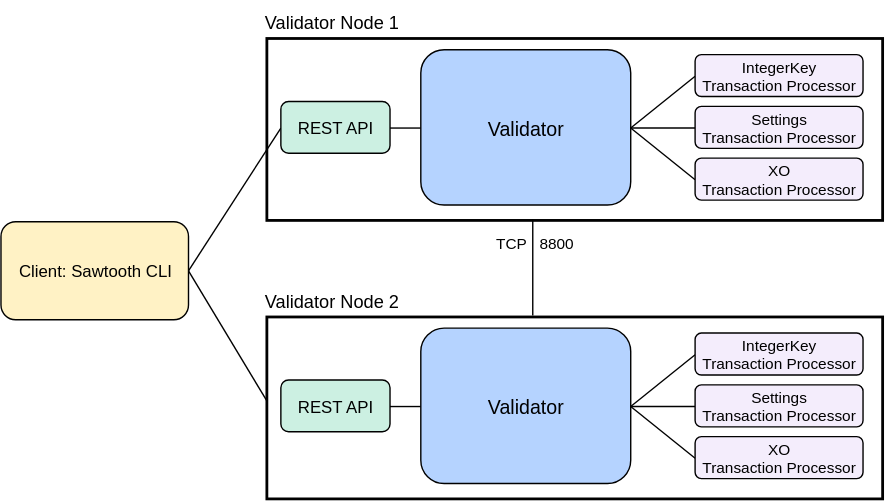
Above: docs/source/images/appdev-environment-two-nodes.svg in hyperledger-archives/sawtooth-core (draw.io), before the change. Source tidied: cells renumbered, new cells last; positions are measured from the earlier drawing's top-left corner, leaving out a move shared by most shapes.
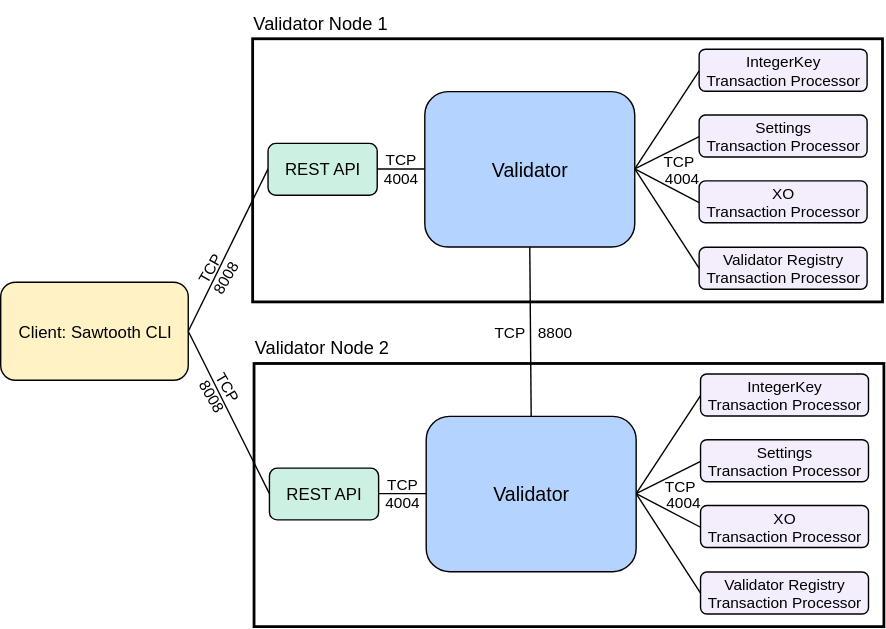
The same file after the commit.

Commit message:
Add new procedure on adding a node to a Sawtooth network

Diff of the diagram source:
```diff
@@ -1,115 +1,150 @@
-<mxGraphModel background="#ffffff">
+<mxGraphModel>
   <root>
     <mxCell id="0" />
     <mxCell id="1" parent="0" />
     <mxCell id="2" value="&lt;font style=&quot;font-size: 12px&quot;&gt;Client:&amp;nbsp;&lt;/font&gt;Sawtooth CLI" style="rounded=1;whiteSpace=wrap;html=1;strokeColor=#000000;strokeWidth=1;fillColor=#FFF2C5;fontSize=12;" parent="1" vertex="1">
-      <mxGeometry y="158" width="134" height="70" as="geometry" />
+      <mxGeometry y="168" width="134" height="70" as="geometry" />
     </mxCell>
     <mxCell id="3" style="endArrow=none;html=1;strokeColor=#000000;strokeWidth=1;fontSize=12;entryX=0;entryY=0.5;exitX=1;exitY=0.5;" parent="1" edge="1" source="2" target="24">
       <mxGeometry relative="1" as="geometry" />
     </mxCell>
-    <mxCell id="4" style="endArrow=none;html=1;strokeColor=#000000;strokeWidth=1;fontSize=11;entryX=0;entryY=0.75;exitX=1;exitY=0.5;" parent="1" edge="1" source="2">
-      <mxGeometry relative="1" as="geometry">
-        <mxPoint x="190" y="286" as="targetPoint" />
-      </mxGeometry>
+    <mxCell id="4" style="endArrow=none;html=1;strokeColor=#000000;strokeWidth=1;fontSize=11;exitX=1;exitY=0.5;entryX=0;entryY=0.5;" parent="1" edge="1" source="2" target="8">
+      <mxGeometry relative="1" as="geometry" />
     </mxCell>
     <mxCell id="5" value="TCP &amp;nbsp; 8800" style="text;html=1;strokeColor=none;fillColor=none;align=center;verticalAlign=middle;whiteSpace=wrap;rounded=0;fontSize=11;" parent="1" vertex="1">
-      <mxGeometry x="341" y="163" width="80" height="20" as="geometry" />
+      <mxGeometry x="340" y="193" width="80" height="20" as="geometry" />
     </mxCell>
-    <mxCell id="6" style="rounded=0;whiteSpace=wrap;html=1;fillColor=none;fontSize=12;strokeWidth=2;" parent="1" vertex="1">
-      <mxGeometry x="190" y="226" width="440" height="130" as="geometry" />
-    </mxCell>
-    <mxCell id="7" value="&lt;div style=&quot;text-align: left ; font-size: 13px&quot;&gt;&lt;span&gt;Validator Node 2&lt;/span&gt;&lt;/div&gt;" style="text;html=1;strokeColor=none;fillColor=none;align=left;verticalAlign=middle;whiteSpace=wrap;rounded=0;fontSize=12;" parent="1" vertex="1">
-      <mxGeometry x="186.9" y="199" width="142.3" height="30.7" as="geometry" />
-    </mxCell>
-    <mxCell id="8" value="&lt;font style=&quot;font-size: 12px&quot;&gt;REST API&lt;/font&gt;" style="rounded=1;whiteSpace=wrap;html=1;strokeWidth=1;fillColor=#CCF0E2;fontSize=12;strokeColor=#000000;" parent="1" vertex="1">
-      <mxGeometry x="200" y="271" width="78" height="37" as="geometry" />
-    </mxCell>
-    <mxCell id="9" style="endArrow=none;html=1;strokeColor=#000000;strokeWidth=1;fontSize=12;entryX=1;entryY=0.5;exitX=0;exitY=0.5;" parent="1" edge="1" source="11" target="8">
-      <mxGeometry relative="1" as="geometry" />
-    </mxCell>
-    <mxCell id="10" style="group;" parent="1" vertex="1">
-      <mxGeometry x="300" y="234" width="150" height="111" as="geometry" />
-    </mxCell>
-    <mxCell id="11" style="rounded=1;whiteSpace=wrap;html=1;strokeWidth=1;fillColor=#B5D3FF;fontSize=12;strokeColor=#000000;" parent="10" vertex="1">
-      <mxGeometry width="150" height="111" as="geometry" />
-    </mxCell>
-    <mxCell id="12" value="&lt;font style=&quot;font-size: 14px&quot;&gt;Validator&lt;/font&gt;" style="text;html=1;strokeColor=none;fillColor=none;align=center;verticalAlign=middle;whiteSpace=wrap;rounded=0;fontSize=12;" parent="10" vertex="1">
-      <mxGeometry x="33.3" y="44.9" width="83.5" height="21.2" as="geometry" />
-    </mxCell>
-    <mxCell id="13" style="edgeStyle=orthogonalEdgeStyle;curved=1;jumpSize=3;html=1;exitX=0.25;exitY=0;entryX=0.25;entryY=0;jettySize=auto;orthogonalLoop=1;strokeColor=#000000;strokeWidth=1;fontSize=11;" parent="10" edge="1" source="11" target="11">
-      <mxGeometry relative="1" as="geometry" />
-    </mxCell>
-    <mxCell id="14" style="endArrow=none;html=1;strokeColor=#000000;strokeWidth=1;fontSize=12;entryX=0;entryY=0.5;exitX=1;exitY=0.5;" parent="1" edge="1" source="11" target="20">
-      <mxGeometry relative="1" as="geometry" />
-    </mxCell>
-    <mxCell id="15" style="endArrow=none;html=1;strokeColor=#000000;strokeWidth=1;fontSize=12;entryX=0;entryY=0.5;exitX=1;exitY=0.5;" parent="1" edge="1" source="11" target="18">
-      <mxGeometry relative="1" as="geometry" />
-    </mxCell>
-    <mxCell id="16" style="endArrow=none;html=1;strokeColor=#000000;strokeWidth=1;fontSize=11;entryX=0;entryY=0.5;exitX=1;exitY=0.5;" parent="1" edge="1" source="11" target="19">
-      <mxGeometry relative="1" as="geometry" />
-    </mxCell>
-    <mxCell id="17" style="group;" parent="1" vertex="1">
-      <mxGeometry x="496" y="237.5" width="120" height="104" as="geometry" />
-    </mxCell>
-    <mxCell id="18" value="&lt;div style=&quot;font-size: 11px&quot;&gt;&lt;div&gt;Settings&lt;/div&gt;&lt;div&gt;Transaction Processor&lt;/div&gt;&lt;/div&gt;" style="rounded=1;whiteSpace=wrap;html=1;strokeWidth=1;fillColor=#F4EDFC;fontSize=12;strokeColor=#000000;" parent="17" vertex="1">
-      <mxGeometry y="37" width="120" height="30" as="geometry" />
-    </mxCell>
-    <mxCell id="19" value="&lt;div style=&quot;font-size: 11px&quot;&gt;&lt;div&gt;XO&lt;/div&gt;&lt;div&gt;Transaction Processor&lt;/div&gt;&lt;/div&gt;" style="rounded=1;whiteSpace=wrap;html=1;strokeWidth=1;fillColor=#F4EDFC;fontSize=12;strokeColor=#000000;" parent="17" vertex="1">
-      <mxGeometry y="74" width="120" height="30" as="geometry" />
-    </mxCell>
-    <mxCell id="20" value="&lt;div style=&quot;font-size: 11px&quot;&gt;&lt;div&gt;IntegerKey&lt;/div&gt;&lt;div&gt;Transaction Processor&lt;/div&gt;&lt;/div&gt;" style="rounded=1;whiteSpace=wrap;html=1;strokeWidth=1;fillColor=#F4EDFC;fontSize=12;strokeColor=#000000;" parent="17" vertex="1">
-      <mxGeometry width="120" height="30" as="geometry" />
-    </mxCell>
-    <mxCell id="21" style="endArrow=none;html=1;strokeColor=#000000;strokeWidth=1;fontSize=11;exitX=0.431;exitY=-0.005;exitPerimeter=0;" parent="1" edge="1" source="6">
-      <mxGeometry relative="1" as="geometry">
-        <mxPoint x="380" y="156" as="targetPoint" />
-      </mxGeometry>
+    <mxCell id="21" style="endArrow=none;html=1;strokeColor=#000000;strokeWidth=1;fontSize=11;exitX=0.5;exitY=0;entryX=0.5;entryY=1;" parent="1" edge="1" source="58" target="27">
+      <mxGeometry relative="1" as="geometry" />
     </mxCell>
+    <mxCell id="37" value="TCP&lt;div&gt;8008&lt;/div&gt;" style="text;html=1;strokeColor=none;fillColor=none;align=center;verticalAlign=middle;whiteSpace=wrap;rounded=0;dashed=1;fontSize=11;rotation=-60;" parent="1" vertex="1">
+      <mxGeometry x="135" y="151.5" width="40" height="20" as="geometry" />
+    </mxCell>
+    <mxCell id="38" value="TCP&lt;div&gt;8008&lt;/div&gt;" style="text;html=1;strokeColor=none;fillColor=none;align=center;verticalAlign=middle;whiteSpace=wrap;rounded=0;dashed=1;fontSize=11;rotation=60;" parent="1" vertex="1">
+      <mxGeometry x="137" y="236" width="40" height="20" as="geometry" />
+    </mxCell>
+    <mxCell id="39" style="group;" parent="1" vertex="1">
+      <mxGeometry x="178.9" y="-33" width="451.1" height="218" as="geometry" />
+    </mxCell>
+    <mxCell id="23" value="&lt;div style=&quot;text-align: left ; font-size: 13px&quot;&gt;&lt;span&gt;Validator Node 1&lt;/span&gt;&lt;/div&gt;" style="text;html=1;strokeColor=none;fillColor=none;align=left;verticalAlign=middle;whiteSpace=wrap;rounded=0;fontSize=12;" parent="39" vertex="1">
+      <mxGeometry width="142.3" height="30.7" as="geometry" />
+    </mxCell>
+    <mxCell id="40" style="group;" parent="39" vertex="1">
+      <mxGeometry x="1.1" y="38" width="450" height="180" as="geometry" />
+    </mxCell>
-    <mxCell id="22" style="rounded=0;whiteSpace=wrap;html=1;fillColor=none;fontSize=12;strokeWidth=2;" parent="1" vertex="1">
-      <mxGeometry x="190" y="27" width="440" height="130" as="geometry" />
+    <mxCell id="22" style="rounded=0;whiteSpace=wrap;html=1;fillColor=none;fontSize=12;strokeWidth=2;" parent="40" vertex="1">
+      <mxGeometry y="-11" width="450" height="188" as="geometry" />
     </mxCell>
-    <mxCell id="23" value="&lt;div style=&quot;text-align: left ; font-size: 13px&quot;&gt;&lt;span&gt;Validator Node 1&lt;/span&gt;&lt;/div&gt;" style="text;html=1;strokeColor=none;fillColor=none;align=left;verticalAlign=middle;whiteSpace=wrap;rounded=0;fontSize=12;" parent="1" vertex="1">
-      <mxGeometry x="186.9" width="142.3" height="30.7" as="geometry" />
-    </mxCell>
-    <mxCell id="24" value="&lt;font style=&quot;font-size: 12px&quot;&gt;REST API&lt;/font&gt;" style="rounded=1;whiteSpace=wrap;html=1;strokeWidth=1;fillColor=#CCF0E2;fontSize=12;strokeColor=#000000;" parent="1" vertex="1">
-      <mxGeometry x="200" y="72" width="78" height="37" as="geometry" />
+    <mxCell id="24" value="&lt;font style=&quot;font-size: 12px&quot;&gt;REST API&lt;/font&gt;" style="rounded=1;whiteSpace=wrap;html=1;strokeWidth=1;fillColor=#CCF0E2;fontSize=12;strokeColor=#000000;" parent="40" vertex="1">
+      <mxGeometry x="11" y="63.7" width="78" height="37" as="geometry" />
     </mxCell>
-    <mxCell id="25" style="endArrow=none;html=1;strokeColor=#000000;strokeWidth=1;fontSize=12;entryX=1;entryY=0.5;exitX=0;exitY=0.5;" parent="1" edge="1" source="27" target="24">
+    <mxCell id="25" style="endArrow=none;html=1;strokeColor=#000000;strokeWidth=1;fontSize=12;entryX=1;entryY=0.5;exitX=0;exitY=0.5;" parent="40" edge="1" source="27" target="24">
       <mxGeometry relative="1" as="geometry" />
     </mxCell>
-    <mxCell id="26" style="group;" parent="1" vertex="1">
-      <mxGeometry x="300" y="35" width="150" height="111" as="geometry" />
+    <mxCell id="26" style="group;" parent="40" vertex="1">
+      <mxGeometry x="123" y="8" width="150" height="129.8" as="geometry" />
     </mxCell>
     <mxCell id="27" style="rounded=1;whiteSpace=wrap;html=1;strokeWidth=1;fillColor=#B5D3FF;fontSize=12;strokeColor=#000000;" parent="26" vertex="1">
-      <mxGeometry width="150" height="111" as="geometry" />
+      <mxGeometry y="18.8" width="150" height="111" as="geometry" />
     </mxCell>
     <mxCell id="28" value="&lt;font style=&quot;font-size: 14px&quot;&gt;Validator&lt;/font&gt;" style="text;html=1;strokeColor=none;fillColor=none;align=center;verticalAlign=middle;whiteSpace=wrap;rounded=0;fontSize=12;" parent="26" vertex="1">
-      <mxGeometry x="33.3" y="44.9" width="83.5" height="21.2" as="geometry" />
+      <mxGeometry x="33.3" y="63.7" width="83.5" height="21.2" as="geometry" />
     </mxCell>
     <mxCell id="29" style="edgeStyle=orthogonalEdgeStyle;curved=1;jumpSize=3;html=1;exitX=0.25;exitY=0;entryX=0.25;entryY=0;jettySize=auto;orthogonalLoop=1;strokeColor=#000000;strokeWidth=1;fontSize=11;" parent="26" edge="1" source="27" target="27">
       <mxGeometry relative="1" as="geometry" />
     </mxCell>
-    <mxCell id="30" style="endArrow=none;html=1;strokeColor=#000000;strokeWidth=1;fontSize=12;entryX=0;entryY=0.5;exitX=1;exitY=0.5;" parent="1" edge="1" source="27" target="36">
+    <mxCell id="30" style="endArrow=none;html=1;strokeColor=#000000;strokeWidth=1;fontSize=12;entryX=0;entryY=0.5;exitX=1;exitY=0.5;" parent="40" edge="1" source="27" target="36">
       <mxGeometry relative="1" as="geometry" />
     </mxCell>
-    <mxCell id="31" style="endArrow=none;html=1;strokeColor=#000000;strokeWidth=1;fontSize=12;entryX=0;entryY=0.5;exitX=1;exitY=0.5;" parent="1" edge="1" source="27" target="34">
+    <mxCell id="31" style="endArrow=none;html=1;strokeColor=#000000;strokeWidth=1;fontSize=12;entryX=0;entryY=0.5;exitX=1;exitY=0.5;" parent="40" edge="1" source="27" target="34">
       <mxGeometry relative="1" as="geometry" />
     </mxCell>
-    <mxCell id="32" style="endArrow=none;html=1;strokeColor=#000000;strokeWidth=1;fontSize=11;entryX=0;entryY=0.5;exitX=1;exitY=0.5;" parent="1" edge="1" source="27" target="35">
+    <mxCell id="32" style="endArrow=none;html=1;strokeColor=#000000;strokeWidth=1;fontSize=11;entryX=0;entryY=0.5;exitX=1;exitY=0.5;" parent="40" edge="1" source="27" target="35">
       <mxGeometry relative="1" as="geometry" />
     </mxCell>
-    <mxCell id="33" style="group;" parent="1" vertex="1">
-      <mxGeometry x="496" y="38.5" width="120" height="104" as="geometry" />
-    </mxCell>
+    <mxCell id="41" value="TCP&lt;div&gt;4004&lt;/div&gt;" style="text;html=1;strokeColor=none;fillColor=none;align=center;verticalAlign=middle;whiteSpace=wrap;rounded=0;dashed=1;fontSize=11;rotation=0;" parent="40" vertex="1">
+      <mxGeometry x="86" y="72.3" width="40" height="20" as="geometry" />
+    </mxCell>
+    <mxCell id="42" style="endArrow=none;html=1;strokeColor=#000000;strokeWidth=1;fontSize=11;entryX=0;entryY=0.5;exitX=1;exitY=0.5;" parent="40" edge="1" source="27" target="43">
+      <mxGeometry relative="1" as="geometry" />
+    </mxCell>
-    <mxCell id="34" value="&lt;div style=&quot;font-size: 11px&quot;&gt;&lt;font style=&quot;font-size: 11px&quot;&gt;Settings&lt;/font&gt;&lt;/div&gt;&lt;div style=&quot;font-size: 11px&quot;&gt;&lt;font style=&quot;font-size: 11px&quot;&gt;Transaction Processor&lt;/font&gt;&lt;/div&gt;" style="rounded=1;whiteSpace=wrap;html=1;strokeWidth=1;fillColor=#F4EDFC;fontSize=12;strokeColor=#000000;" parent="33" vertex="1">
-      <mxGeometry y="37" width="120" height="30" as="geometry" />
+    <mxCell id="34" value="&lt;div style=&quot;font-size: 11px&quot;&gt;&lt;font style=&quot;font-size: 11px&quot;&gt;Settings&lt;/font&gt;&lt;/div&gt;&lt;div style=&quot;font-size: 11px&quot;&gt;&lt;font style=&quot;font-size: 11px&quot;&gt;Transaction Processor&lt;/font&gt;&lt;/div&gt;" style="rounded=1;whiteSpace=wrap;html=1;strokeWidth=1;fillColor=#F4EDFC;fontSize=12;strokeColor=#000000;" parent="40" vertex="1">
+      <mxGeometry x="319" y="43.5" width="120" height="30" as="geometry" />
     </mxCell>
-    <mxCell id="35" value="&lt;div style=&quot;font-size: 11px&quot;&gt;&lt;font style=&quot;font-size: 11px&quot;&gt;XO&lt;/font&gt;&lt;/div&gt;&lt;div style=&quot;font-size: 11px&quot;&gt;&lt;font style=&quot;font-size: 11px&quot;&gt;Transaction Processor&lt;/font&gt;&lt;/div&gt;" style="rounded=1;whiteSpace=wrap;html=1;strokeWidth=1;fillColor=#F4EDFC;fontSize=12;strokeColor=#000000;" parent="33" vertex="1">
-      <mxGeometry y="74" width="120" height="30" as="geometry" />
+    <mxCell id="35" value="&lt;div style=&quot;font-size: 11px&quot;&gt;&lt;font style=&quot;font-size: 11px&quot;&gt;XO&lt;/font&gt;&lt;/div&gt;&lt;div style=&quot;font-size: 11px&quot;&gt;&lt;font style=&quot;font-size: 11px&quot;&gt;Transaction Processor&lt;/font&gt;&lt;/div&gt;" style="rounded=1;whiteSpace=wrap;html=1;strokeWidth=1;fillColor=#F4EDFC;fontSize=12;strokeColor=#000000;" parent="40" vertex="1">
+      <mxGeometry x="319" y="90.5" width="120" height="30" as="geometry" />
     </mxCell>
-    <mxCell id="36" value="&lt;div style=&quot;font-size: 11px&quot;&gt;&lt;font style=&quot;font-size: 11px&quot;&gt;IntegerKey&lt;/font&gt;&lt;/div&gt;&lt;div style=&quot;font-size: 11px&quot;&gt;&lt;font style=&quot;font-size: 11px&quot;&gt;Transaction Processor&lt;/font&gt;&lt;/div&gt;" style="rounded=1;whiteSpace=wrap;html=1;strokeWidth=1;fillColor=#F4EDFC;fontSize=12;strokeColor=#000000;" parent="33" vertex="1">
-      <mxGeometry width="120" height="30" as="geometry" />
+    <mxCell id="36" value="&lt;div style=&quot;font-size: 11px&quot;&gt;&lt;font style=&quot;font-size: 11px&quot;&gt;IntegerKey&lt;/font&gt;&lt;/div&gt;&lt;div style=&quot;font-size: 11px&quot;&gt;&lt;font style=&quot;font-size: 11px&quot;&gt;Transaction Processor&lt;/font&gt;&lt;/div&gt;" style="rounded=1;whiteSpace=wrap;html=1;strokeWidth=1;fillColor=#F4EDFC;fontSize=12;strokeColor=#000000;" parent="40" vertex="1">
+      <mxGeometry x="319" y="-3.5" width="120" height="30" as="geometry" />
     </mxCell>
+    <mxCell id="43" value="&lt;div style=&quot;font-size: 11px&quot;&gt;&lt;font style=&quot;font-size: 11px&quot;&gt;Validator Registry&lt;/font&gt;&lt;/div&gt;&lt;div style=&quot;font-size: 11px&quot;&gt;&lt;font style=&quot;font-size: 11px&quot;&gt;Transaction Processor&lt;/font&gt;&lt;/div&gt;" style="rounded=1;whiteSpace=wrap;html=1;strokeWidth=1;fillColor=#F4EDFC;fontSize=12;strokeColor=#000000;" parent="40" vertex="1">
+      <mxGeometry x="319" y="138" width="120" height="30" as="geometry" />
+    </mxCell>
+    <mxCell id="44" style="group;" parent="40" vertex="1">
+      <mxGeometry x="292" y="64" width="30" height="31" as="geometry" />
+    </mxCell>
+    <mxCell id="45" value="TCP" style="text;html=1;fontSize=11;" parent="44" vertex="1">
+      <mxGeometry width="30" height="20" as="geometry" />
+    </mxCell>
+    <mxCell id="46" value="4004" style="text;html=1;fontSize=11;" parent="44" vertex="1">
+      <mxGeometry x="1" y="12" width="30" height="20" as="geometry" />
+    </mxCell>
+    <mxCell id="7" value="&lt;div style=&quot;text-align: left ; font-size: 13px&quot;&gt;&lt;span&gt;Validator Node 2&lt;/span&gt;&lt;/div&gt;" style="text;html=1;strokeColor=none;fillColor=none;align=left;verticalAlign=middle;whiteSpace=wrap;rounded=0;fontSize=12;" parent="1" vertex="1">
+      <mxGeometry x="179.9" y="199" width="142.3" height="30.7" as="geometry" />
+    </mxCell>
+    <mxCell id="47" style="rounded=0;whiteSpace=wrap;html=1;fillColor=none;fontSize=12;strokeWidth=2;" parent="1" vertex="1">
+      <mxGeometry x="181" y="226" width="450" height="188" as="geometry" />
+    </mxCell>
+    <mxCell id="8" value="&lt;font style=&quot;font-size: 12px&quot;&gt;REST API&lt;/font&gt;" style="rounded=1;whiteSpace=wrap;html=1;strokeWidth=1;fillColor=#CCF0E2;fontSize=12;strokeColor=#000000;" parent="1" vertex="1">
+      <mxGeometry x="192" y="300.8" width="78" height="37" as="geometry" />
+    </mxCell>
+    <mxCell id="48" style="endArrow=none;html=1;strokeColor=#000000;strokeWidth=1;fontSize=12;entryX=1;entryY=0.5;exitX=0;exitY=0.5;" parent="1" edge="1" source="58" target="8">
+      <mxGeometry relative="1" as="geometry" />
+    </mxCell>
+    <mxCell id="49" style="endArrow=none;html=1;strokeColor=#000000;strokeWidth=1;fontSize=12;entryX=0;entryY=0.5;exitX=1;exitY=0.5;" parent="1" edge="1" source="58" target="20">
+      <mxGeometry relative="1" as="geometry" />
+    </mxCell>
+    <mxCell id="50" style="endArrow=none;html=1;strokeColor=#000000;strokeWidth=1;fontSize=12;entryX=0;entryY=0.5;exitX=1;exitY=0.5;" parent="1" edge="1" source="58" target="18">
+      <mxGeometry relative="1" as="geometry" />
+    </mxCell>
+    <mxCell id="51" style="endArrow=none;html=1;strokeColor=#000000;strokeWidth=1;fontSize=11;entryX=0;entryY=0.5;exitX=1;exitY=0.5;" parent="1" edge="1" source="58" target="19">
+      <mxGeometry relative="1" as="geometry" />
+    </mxCell>
+    <mxCell id="52" value="TCP&lt;div&gt;4004&lt;/div&gt;" style="text;html=1;strokeColor=none;fillColor=none;align=center;verticalAlign=middle;whiteSpace=wrap;rounded=0;dashed=1;fontSize=11;rotation=0;" parent="1" vertex="1">
+      <mxGeometry x="267" y="309.2" width="40" height="20" as="geometry" />
+    </mxCell>
+    <mxCell id="53" style="endArrow=none;html=1;strokeColor=#000000;strokeWidth=1;fontSize=11;entryX=0;entryY=0.5;exitX=1;exitY=0.5;" parent="1" edge="1" source="58" target="54">
+      <mxGeometry relative="1" as="geometry" />
+    </mxCell>
+    <mxCell id="18" value="&lt;div style=&quot;font-size: 11px&quot;&gt;&lt;font style=&quot;font-size: 11px&quot;&gt;Settings&lt;/font&gt;&lt;/div&gt;&lt;div style=&quot;font-size: 11px&quot;&gt;&lt;font style=&quot;font-size: 11px&quot;&gt;Transaction Processor&lt;/font&gt;&lt;/div&gt;" style="rounded=1;whiteSpace=wrap;html=1;strokeWidth=1;fillColor=#F4EDFC;fontSize=12;strokeColor=#000000;" parent="1" vertex="1">
+      <mxGeometry x="500" y="280.5" width="120" height="30" as="geometry" />
+    </mxCell>
+    <mxCell id="19" value="&lt;div style=&quot;font-size: 11px&quot;&gt;&lt;font style=&quot;font-size: 11px&quot;&gt;XO&lt;/font&gt;&lt;/div&gt;&lt;div style=&quot;font-size: 11px&quot;&gt;&lt;font style=&quot;font-size: 11px&quot;&gt;Transaction Processor&lt;/font&gt;&lt;/div&gt;" style="rounded=1;whiteSpace=wrap;html=1;strokeWidth=1;fillColor=#F4EDFC;fontSize=12;strokeColor=#000000;" parent="1" vertex="1">
+      <mxGeometry x="500" y="327.5" width="120" height="30" as="geometry" />
+    </mxCell>
+    <mxCell id="20" value="&lt;div style=&quot;font-size: 11px&quot;&gt;&lt;font style=&quot;font-size: 11px&quot;&gt;IntegerKey&lt;/font&gt;&lt;/div&gt;&lt;div style=&quot;font-size: 11px&quot;&gt;&lt;font style=&quot;font-size: 11px&quot;&gt;Transaction Processor&lt;/font&gt;&lt;/div&gt;" style="rounded=1;whiteSpace=wrap;html=1;strokeWidth=1;fillColor=#F4EDFC;fontSize=12;strokeColor=#000000;" parent="1" vertex="1">
+      <mxGeometry x="500" y="233.5" width="120" height="30" as="geometry" />
+    </mxCell>
+    <mxCell id="54" value="&lt;div style=&quot;font-size: 11px&quot;&gt;&lt;font style=&quot;font-size: 11px&quot;&gt;Validator Registry&lt;/font&gt;&lt;/div&gt;&lt;div style=&quot;font-size: 11px&quot;&gt;&lt;font style=&quot;font-size: 11px&quot;&gt;Transaction Processor&lt;/font&gt;&lt;/div&gt;" style="rounded=1;whiteSpace=wrap;html=1;strokeWidth=1;fillColor=#F4EDFC;fontSize=12;strokeColor=#000000;" parent="1" vertex="1">
+      <mxGeometry x="500" y="375" width="120" height="30" as="geometry" />
+    </mxCell>
+    <mxCell id="55" style="group;" parent="1" vertex="1">
+      <mxGeometry x="473" y="301" width="30" height="31" as="geometry" />
+    </mxCell>
+    <mxCell id="56" value="TCP" style="text;html=1;fontSize=11;" parent="55" vertex="1">
+      <mxGeometry width="30" height="20" as="geometry" />
+    </mxCell>
+    <mxCell id="57" value="4004" style="text;html=1;fontSize=11;" parent="55" vertex="1">
+      <mxGeometry x="1" y="12" width="30" height="20" as="geometry" />
+    </mxCell>
+    <mxCell id="58" style="rounded=1;whiteSpace=wrap;html=1;strokeWidth=1;fillColor=#B5D3FF;fontSize=12;strokeColor=#000000;" parent="1" vertex="1">
+      <mxGeometry x="304" y="263.8" width="150" height="111" as="geometry" />
+    </mxCell>
+    <mxCell id="12" value="&lt;font style=&quot;font-size: 14px&quot;&gt;Validator&lt;/font&gt;" style="text;html=1;strokeColor=none;fillColor=none;align=center;verticalAlign=middle;whiteSpace=wrap;rounded=0;fontSize=12;" parent="1" vertex="1">
+      <mxGeometry x="337.3" y="308.7" width="83.5" height="21.2" as="geometry" />
+    </mxCell>
+    <mxCell id="59" style="edgeStyle=orthogonalEdgeStyle;curved=1;jumpSize=3;html=1;exitX=0.25;exitY=0;entryX=0.25;entryY=0;jettySize=auto;orthogonalLoop=1;strokeColor=#000000;strokeWidth=1;fontSize=11;" parent="1" edge="1" source="58" target="58">
+      <mxGeometry relative="1" as="geometry" />
+    </mxCell>
   </root>
 </mxGraphModel>
```
